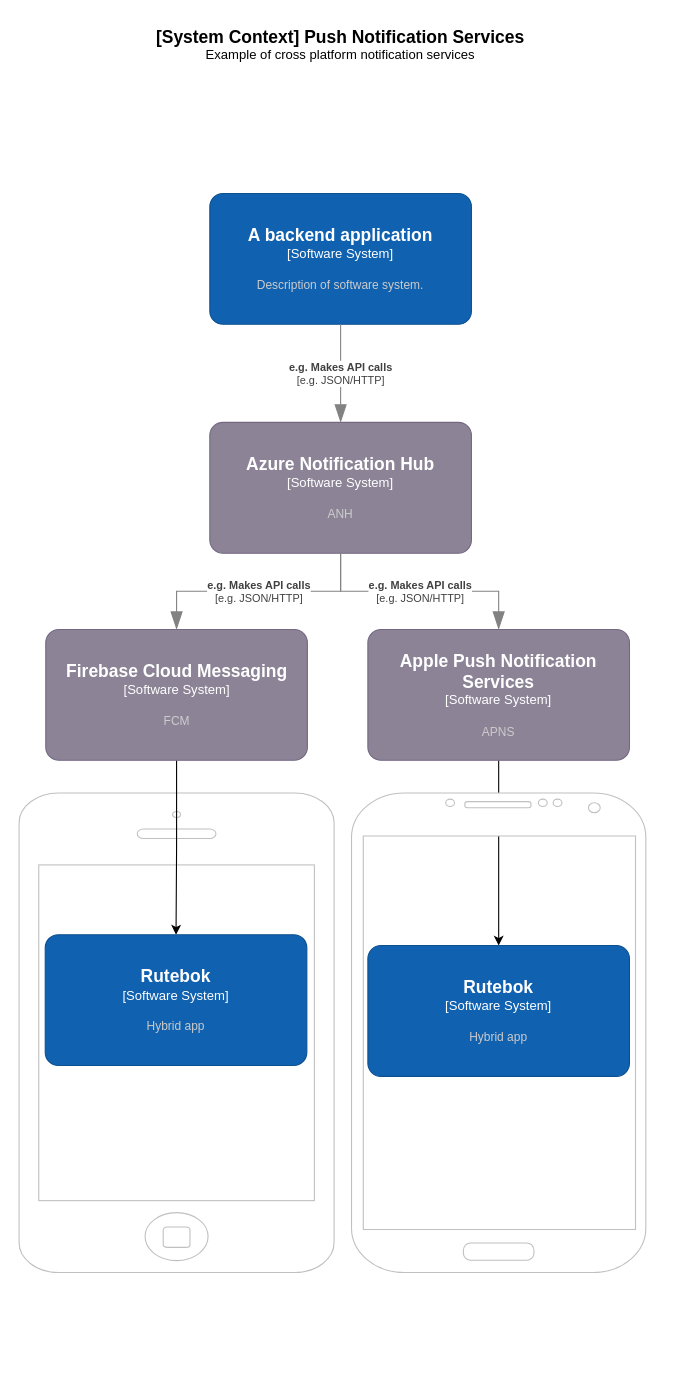
Before: push-notification-services.drawio in stigbd/posten-diagrams, a draw.io diagram. Source tidied: cells renumbered, new cells numbered last; positions are measured from the earlier drawing's top-left corner, leaving out a move shared by most shapes. Both pictures are drawn from the tidied source at 109%, with x=0, y=0 at pixel (19, 19).
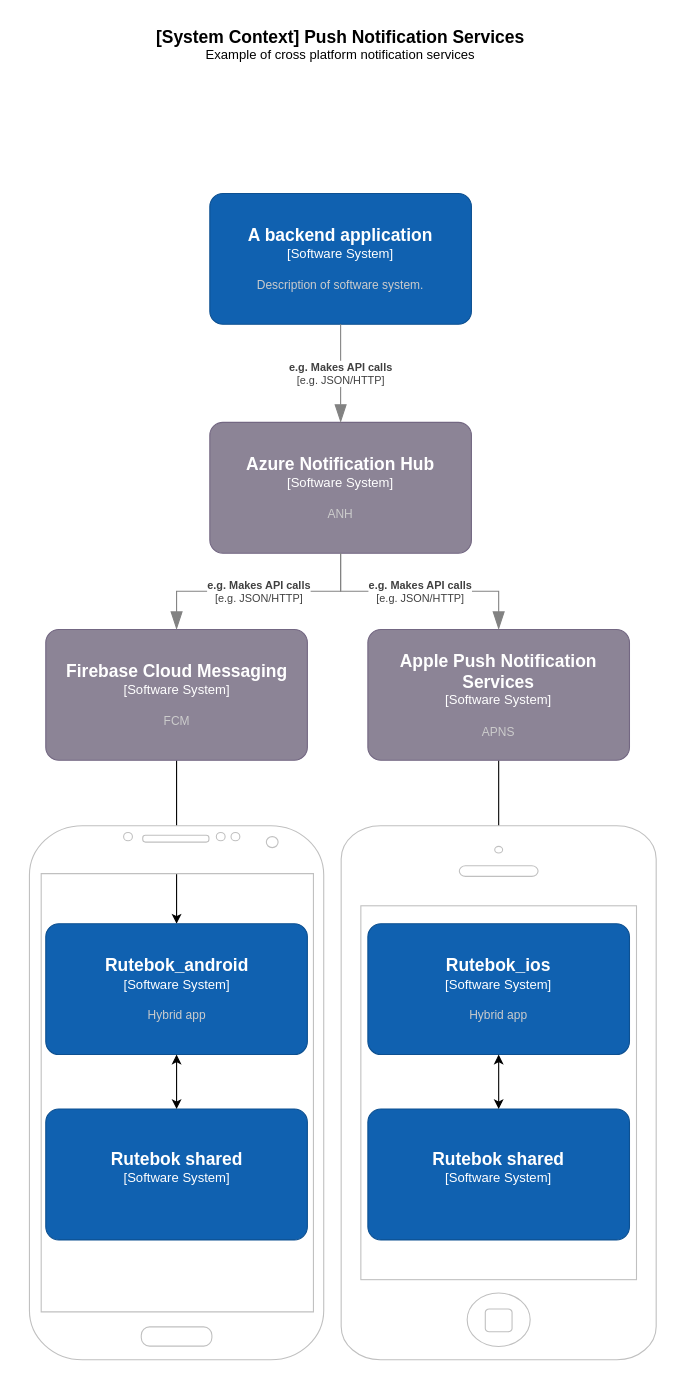
The same diagram, later.

The change refers to these unchanged cells:
```xml
<object id="4" label="&lt;font style=&quot;font-size: 16px&quot;&gt;&lt;b&gt;%c4Name%&lt;/b&gt;&lt;/font&gt;&lt;div&gt;[%c4Type%]&lt;/div&gt;&lt;br&gt;&lt;div&gt;&lt;font style=&quot;font-size: 11px&quot;&gt;&lt;font color=&quot;#cccccc&quot;&gt;%c4Description%&lt;/font&gt;&lt;/div&gt;" c4Description="APNS" c4Name="Apple Push Notification Services" c4Type="Software System" placeholders="1">
  <mxCell style="rounded=1;whiteSpace=wrap;html=1;labelBackgroundColor=none;fillColor=#8C8496;fontColor=#ffffff;align=center;arcSize=10;strokeColor=#736782;points=[[0.25,0,0],[0.5,0,0],[0.75,0,0],[1,0.25,0],[1,0.5,0],[1,0.75,0],[0.75,1,0],[0.5,1,0],[0.25,1,0],[0,0.75,0],[0,0.5,0],[0,0.25,0]];" parent="1" vertex="1">
    <mxGeometry x="320" y="560" width="240" height="120" as="geometry" />
  </mxCell>
</object>
<object id="6" label="&lt;font style=&quot;font-size: 16px&quot;&gt;&lt;b&gt;%c4Name%&lt;/b&gt;&lt;/font&gt;&lt;div&gt;[%c4Type%]&lt;/div&gt;&lt;br&gt;&lt;div&gt;&lt;font style=&quot;font-size: 11px&quot;&gt;&lt;font color=&quot;#cccccc&quot;&gt;%c4Description%&lt;/font&gt;&lt;/div&gt;" c4Description="FCM" c4Name="Firebase Cloud Messaging" c4Type="Software System" placeholders="1">
  <mxCell style="rounded=1;whiteSpace=wrap;html=1;labelBackgroundColor=none;fillColor=#8C8496;fontColor=#ffffff;align=center;arcSize=10;strokeColor=#736782;points=[[0.25,0,0],[0.5,0,0],[0.75,0,0],[1,0.25,0],[1,0.5,0],[1,0.75,0],[0.75,1,0],[0.5,1,0],[0.25,1,0],[0,0.75,0],[0,0.5,0],[0,0.25,0]];" parent="1" vertex="1">
    <mxGeometry x="24.5" y="560" width="240" height="120" as="geometry" />
  </mxCell>
</object>
```

The edit, as a diff of the source:
```diff
@@
-    <mxCell id="2" style="html=1;verticalLabelPosition=bottom;labelBackgroundColor=#ffffff;verticalAlign=top;shadow=0;dashed=0;strokeWidth=1;shape=mxgraph.ios7.misc.iphone;strokeColor=#c0c0c0;" parent="1" vertex="1">
-      <mxGeometry y="710" width="289" height="440" as="geometry" />
-    </mxCell>
-    <mxCell id="3" style="edgeStyle=orthogonalEdgeStyle;rounded=0;jettySize=auto;html=1;" parent="1" edge="1" source="4" target="12">
-      <mxGeometry relative="1" as="geometry" />
-    </mxCell>
+    <mxCell id="16" style="edgeStyle=orthogonalEdgeStyle;rounded=0;jettySize=auto;html=1;entryX=0.5;entryY=0;entryDx=0;entryDy=0;entryPerimeter=0;startArrow=none;startFill=0;endArrow=classic;endFill=1;" parent="1" edge="1" source="4" target="10">
+      <mxGeometry relative="1" as="geometry" />
+    </mxCell>
@@
-    <mxCell id="5" style="edgeStyle=orthogonalEdgeStyle;rounded=0;jettySize=auto;html=1;" parent="1" edge="1" source="6" target="10">
-      <mxGeometry relative="1" as="geometry" />
-    </mxCell>
+    <mxCell id="17" style="edgeStyle=orthogonalEdgeStyle;rounded=0;jettySize=auto;html=1;entryX=0.5;entryY=0;entryDx=0;entryDy=0;entryPerimeter=0;startArrow=none;startFill=0;endArrow=classic;endFill=1;" parent="1" edge="1" source="6" target="12">
+      <mxGeometry relative="1" as="geometry" />
+    </mxCell>
@@
-    <object id="10" label="&lt;font style=&quot;font-size: 16px&quot;&gt;&lt;b&gt;%c4Name%&lt;/b&gt;&lt;/font&gt;&lt;div&gt;[%c4Type%]&lt;/div&gt;&lt;br&gt;&lt;div&gt;&lt;font style=&quot;font-size: 11px&quot;&gt;&lt;font color=&quot;#cccccc&quot;&gt;%c4Description%&lt;/font&gt;&lt;/div&gt;" c4Description="Hybrid app" c4Name="Rutebok" c4Type="Software System" placeholders="1">
-      <mxCell style="rounded=1;whiteSpace=wrap;html=1;labelBackgroundColor=none;fillColor=#1061B0;fontColor=#ffffff;align=center;arcSize=10;strokeColor=#0D5091;points=[[0.25,0,0],[0.5,0,0],[0.75,0,0],[1,0.25,0],[1,0.5,0],[1,0.75,0],[0.75,1,0],[0.5,1,0],[0.25,1,0],[0,0.75,0],[0,0.5,0],[0,0.25,0]];" parent="1" vertex="1">
-        <mxGeometry x="24" y="840" width="240" height="120" as="geometry" />
-      </mxCell>
-    </object>
-    <mxCell id="11" style="verticalLabelPosition=bottom;verticalAlign=top;html=1;shadow=0;dashed=0;strokeWidth=1;shape=mxgraph.android.phone2;strokeColor=#c0c0c0;" parent="1" vertex="1">
-      <mxGeometry x="305" y="710" width="270" height="440" as="geometry" />
-    </mxCell>
-    <object id="12" label="&lt;font style=&quot;font-size: 16px&quot;&gt;&lt;b&gt;%c4Name%&lt;/b&gt;&lt;/font&gt;&lt;div&gt;[%c4Type%]&lt;/div&gt;&lt;br&gt;&lt;div&gt;&lt;font style=&quot;font-size: 11px&quot;&gt;&lt;font color=&quot;#cccccc&quot;&gt;%c4Description%&lt;/font&gt;&lt;/div&gt;" c4Description="Hybrid app" c4Name="Rutebok" c4Type="Software System" placeholders="1">
-      <mxCell style="rounded=1;whiteSpace=wrap;html=1;labelBackgroundColor=none;fillColor=#1061B0;fontColor=#ffffff;align=center;arcSize=10;strokeColor=#0D5091;points=[[0.25,0,0],[0.5,0,0],[0.75,0,0],[1,0.25,0],[1,0.5,0],[1,0.75,0],[0.75,1,0],[0.5,1,0],[0.25,1,0],[0,0.75,0],[0,0.5,0],[0,0.25,0]];" parent="1" vertex="1">
-        <mxGeometry x="320" y="850" width="240" height="120" as="geometry" />
-      </mxCell>
-    </object>
@@
+    <mxCell id="18" style="group;" parent="1" vertex="1">
+      <mxGeometry x="295.5" y="740" width="289" height="490" as="geometry" />
+    </mxCell>
+    <mxCell id="2" style="html=1;verticalLabelPosition=bottom;labelBackgroundColor=#ffffff;verticalAlign=top;shadow=0;dashed=0;strokeWidth=1;shape=mxgraph.ios7.misc.iphone;strokeColor=#c0c0c0;" parent="18" vertex="1">
+      <mxGeometry width="289" height="490" as="geometry" />
+    </mxCell>
+    <object id="10" label="&lt;font style=&quot;font-size: 16px&quot;&gt;&lt;b&gt;%c4Name%&lt;/b&gt;&lt;/font&gt;&lt;div&gt;[%c4Type%]&lt;/div&gt;&lt;br&gt;&lt;div&gt;&lt;font style=&quot;font-size: 11px&quot;&gt;&lt;font color=&quot;#cccccc&quot;&gt;%c4Description%&lt;/font&gt;&lt;/div&gt;" c4Description="Hybrid app" c4Name="Rutebok_ios" c4Type="Software System" placeholders="1">
+      <mxCell style="rounded=1;whiteSpace=wrap;html=1;labelBackgroundColor=none;fillColor=#1061B0;fontColor=#ffffff;align=center;arcSize=10;strokeColor=#0D5091;points=[[0.25,0,0],[0.5,0,0],[0.75,0,0],[1,0.25,0],[1,0.5,0],[1,0.75,0],[0.75,1,0],[0.5,1,0],[0.25,1,0],[0,0.75,0],[0,0.5,0],[0,0.25,0]];" parent="18" vertex="1">
+        <mxGeometry x="24.5" y="90" width="240" height="120" as="geometry" />
+      </mxCell>
+    </object>
+    <object id="19" label="&lt;font style=&quot;font-size: 16px&quot;&gt;&lt;b&gt;%c4Name%&lt;/b&gt;&lt;/font&gt;&lt;div&gt;[%c4Type%]&lt;/div&gt;&lt;br&gt;&lt;div&gt;&lt;font style=&quot;font-size: 11px&quot;&gt;&lt;font color=&quot;#cccccc&quot;&gt;%c4Description%&lt;/font&gt;&lt;/div&gt;" c4Description="" c4Name="Rutebok shared" c4Type="Software System" placeholders="1">
+      <mxCell style="rounded=1;whiteSpace=wrap;html=1;labelBackgroundColor=none;fillColor=#1061B0;fontColor=#ffffff;align=center;arcSize=10;strokeColor=#0D5091;points=[[0.25,0,0],[0.5,0,0],[0.75,0,0],[1,0.25,0],[1,0.5,0],[1,0.75,0],[0.75,1,0],[0.5,1,0],[0.25,1,0],[0,0.75,0],[0,0.5,0],[0,0.25,0]];" parent="18" vertex="1">
+        <mxGeometry x="24.5" y="260" width="240" height="120" as="geometry" />
+      </mxCell>
+    </object>
+    <mxCell id="20" style="edgeStyle=orthogonalEdgeStyle;rounded=0;jettySize=auto;html=1;entryX=0.5;entryY=0;entryDx=0;entryDy=0;entryPerimeter=0;startArrow=classic;startFill=1;" parent="18" edge="1" source="10" target="19">
+      <mxGeometry relative="1" as="geometry" />
+    </mxCell>
+    <mxCell id="21" style="group;" parent="1" vertex="1">
+      <mxGeometry x="9.5" y="740" width="270" height="490" as="geometry" />
+    </mxCell>
+    <mxCell id="11" style="verticalLabelPosition=bottom;verticalAlign=top;html=1;shadow=0;dashed=0;strokeWidth=1;shape=mxgraph.android.phone2;strokeColor=#c0c0c0;" parent="21" vertex="1">
+      <mxGeometry width="270" height="490" as="geometry" />
+    </mxCell>
+    <object id="12" label="&lt;font style=&quot;font-size: 16px&quot;&gt;&lt;b&gt;%c4Name%&lt;/b&gt;&lt;/font&gt;&lt;div&gt;[%c4Type%]&lt;/div&gt;&lt;br&gt;&lt;div&gt;&lt;font style=&quot;font-size: 11px&quot;&gt;&lt;font color=&quot;#cccccc&quot;&gt;%c4Description%&lt;/font&gt;&lt;/div&gt;" c4Description="Hybrid app" c4Name="Rutebok_android" c4Type="Software System" placeholders="1">
+      <mxCell style="rounded=1;whiteSpace=wrap;html=1;labelBackgroundColor=none;fillColor=#1061B0;fontColor=#ffffff;align=center;arcSize=10;strokeColor=#0D5091;points=[[0.25,0,0],[0.5,0,0],[0.75,0,0],[1,0.25,0],[1,0.5,0],[1,0.75,0],[0.75,1,0],[0.5,1,0],[0.25,1,0],[0,0.75,0],[0,0.5,0],[0,0.25,0]];" parent="21" vertex="1">
+        <mxGeometry x="15" y="90" width="240" height="120" as="geometry" />
+      </mxCell>
+    </object>
+    <object id="22" label="&lt;font style=&quot;font-size: 16px&quot;&gt;&lt;b&gt;%c4Name%&lt;/b&gt;&lt;/font&gt;&lt;div&gt;[%c4Type%]&lt;/div&gt;&lt;br&gt;&lt;div&gt;&lt;font style=&quot;font-size: 11px&quot;&gt;&lt;font color=&quot;#cccccc&quot;&gt;%c4Description%&lt;/font&gt;&lt;/div&gt;" c4Description="" c4Name="Rutebok shared" c4Type="Software System" placeholders="1">
+      <mxCell style="rounded=1;whiteSpace=wrap;html=1;labelBackgroundColor=none;fillColor=#1061B0;fontColor=#ffffff;align=center;arcSize=10;strokeColor=#0D5091;points=[[0.25,0,0],[0.5,0,0],[0.75,0,0],[1,0.25,0],[1,0.5,0],[1,0.75,0],[0.75,1,0],[0.5,1,0],[0.25,1,0],[0,0.75,0],[0,0.5,0],[0,0.25,0]];" parent="21" vertex="1">
+        <mxGeometry x="15" y="260" width="240" height="120" as="geometry" />
+      </mxCell>
+    </object>
+    <mxCell id="23" style="edgeStyle=orthogonalEdgeStyle;rounded=0;jettySize=auto;html=1;startArrow=classic;startFill=1;" parent="21" edge="1" source="12" target="22">
+      <mxGeometry relative="1" as="geometry" />
+    </mxCell>
```
